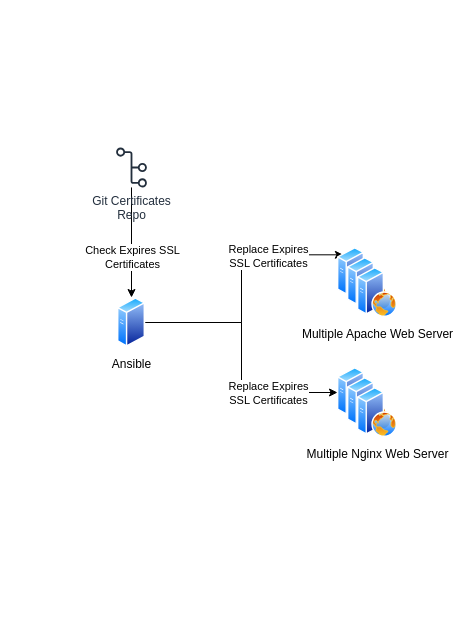
omarinux/renewcerts keeps this draw.io diagram as ansible_certs.drawio. Above is the earlier version. Source tidied: cells renumbered, new cells numbered last; positions are measured from the earlier drawing's top-left corner, leaving out a move shared by most shapes. Both pictures are drawn from the tidied source at 100%, with x=0, y=0 at pixel (116, 147). Pictures stored in the file or linked from it are replaced by grey dashed boxes.
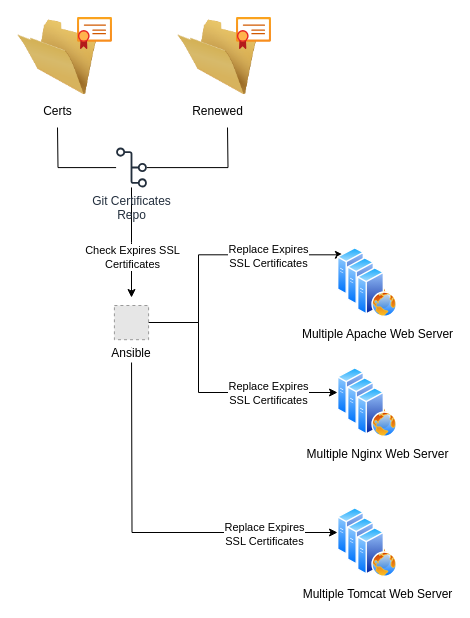
The same page after the edit.

The change refers to these unchanged cells:
```xml
<mxCell id="7" style="image;perimeter=ellipsePerimeter;html=1;align=center;shadow=0;dashed=0;spacingTop=3;image=img/lib/active_directory/web_server.svg;" parent="1" vertex="1">
  <mxGeometry x="221" y="100" width="40" height="50" as="geometry" />
</mxCell>
<mxCell id="8" style="image;perimeter=ellipsePerimeter;html=1;align=center;shadow=0;dashed=0;spacingTop=3;image=img/lib/active_directory/web_server.svg;" parent="1" vertex="1">
  <mxGeometry x="221" y="220" width="40" height="50" as="geometry" />
</mxCell>
```

What changed in the source:
```diff
@@
+    <mxCell id="9" style="edgeStyle=orthogonalEdgeStyle;rounded=0;jettySize=auto;html=1;" parent="1" edge="1" source="11">
+      <mxGeometry relative="1" as="geometry">
+        <mxPoint x="15" y="150" as="targetPoint" />
+      </mxGeometry>
+    </mxCell>
+    <mxCell id="10" value="Check Expires SSL&lt;br&gt;Certificates" style="edgeLabel;html=1;align=center;verticalAlign=middle;" parent="9" vertex="1">
+      <mxGeometry x="-0.04" relative="1" as="geometry">
+        <mxPoint y="17" as="offset" />
+      </mxGeometry>
+    </mxCell>
-    <mxCell id="2" style="edgeStyle=orthogonalEdgeStyle;rounded=0;jettySize=auto;html=1;entryX=0;entryY=0;entryDx=0;entryDy=0;" parent="1" edge="1" source="6" target="7">
-      <mxGeometry relative="1" as="geometry" />
+    <mxCell id="2" style="edgeStyle=orthogonalEdgeStyle;rounded=0;jettySize=auto;html=1;entryX=0;entryY=0;entryDx=0;entryDy=0;" parent="1" edge="1" target="7">
+      <mxGeometry relative="1" as="geometry">
+        <mxPoint x="29" y="175" as="sourcePoint" />
+        <Array as="points">
+          <mxPoint x="82" y="175" />
+          <mxPoint x="82" y="107" />
+        </Array>
+      </mxGeometry>
     </mxCell>
@@
-    <mxCell id="4" style="edgeStyle=orthogonalEdgeStyle;rounded=0;jettySize=auto;html=1;entryX=0;entryY=0.5;entryDx=0;entryDy=0;" parent="1" edge="1" source="6" target="8">
-      <mxGeometry relative="1" as="geometry" />
+    <mxCell id="4" style="edgeStyle=orthogonalEdgeStyle;rounded=0;jettySize=auto;html=1;entryX=0;entryY=0.5;entryDx=0;entryDy=0;" parent="1" edge="1" target="8">
+      <mxGeometry relative="1" as="geometry">
+        <mxPoint x="29" y="175" as="sourcePoint" />
+        <Array as="points">
+          <mxPoint x="82" y="175" />
+          <mxPoint x="82" y="245" />
+        </Array>
+      </mxGeometry>
     </mxCell>
@@
-    <mxCell id="6" value="Ansible" style="image;perimeter=ellipsePerimeter;html=1;align=center;shadow=0;dashed=0;spacingTop=3;image=img/lib/active_directory/generic_server.svg;" parent="1" vertex="1">
-      <mxGeometry x="1" y="150" width="28" height="50" as="geometry" />
-    </mxCell>
@@
-    <mxCell id="9" style="edgeStyle=orthogonalEdgeStyle;rounded=0;jettySize=auto;html=1;" parent="1" edge="1" source="11" target="6">
-      <mxGeometry relative="1" as="geometry" />
-    </mxCell>
-    <mxCell id="10" value="Check Expires SSL&lt;br&gt;Certificates" style="edgeLabel;html=1;align=center;verticalAlign=middle;" parent="9" vertex="1">
-      <mxGeometry x="-0.04" relative="1" as="geometry">
-        <mxPoint y="17" as="offset" />
-      </mxGeometry>
-    </mxCell>
-    <mxCell id="11" value="Git Certificates&lt;br&gt;Repo" style="sketch=0;outlineConnect=0;fontColor=#232F3E;gradientColor=none;fillColor=#232F3D;strokeColor=none;dashed=0;verticalLabelPosition=bottom;verticalAlign=top;align=center;html=1;fontSize=12;fontStyle=0;shape=mxgraph.aws4.git_repository;" parent="1" vertex="1">
-      <mxGeometry x="-0.4" width="30.8" height="40" as="geometry" />
-    </mxCell>
+    <mxCell id="16" style="edgeStyle=orthogonalEdgeStyle;rounded=0;jettySize=auto;html=1;endArrow=none;endFill=0;" parent="1" edge="1" source="11">
+      <mxGeometry relative="1" as="geometry">
+        <mxPoint x="-59" y="-20" as="targetPoint" />
+      </mxGeometry>
+    </mxCell>
+    <mxCell id="17" style="edgeStyle=orthogonalEdgeStyle;rounded=0;jettySize=auto;html=1;endArrow=none;endFill=0;" parent="1" edge="1" source="11">
+      <mxGeometry relative="1" as="geometry">
+        <mxPoint x="111" y="-20" as="targetPoint" />
+      </mxGeometry>
+    </mxCell>
@@
+    <mxCell id="18" style="edgeStyle=orthogonalEdgeStyle;rounded=0;jettySize=auto;html=1;endArrow=none;endFill=0;startArrow=classic;startFill=1;" parent="1" edge="1" source="20">
+      <mxGeometry relative="1" as="geometry">
+        <mxPoint x="15" y="200" as="targetPoint" />
+      </mxGeometry>
+    </mxCell>
+    <mxCell id="19" value="Replace Expires&lt;br style=&quot;border-color: var(--border-color);&quot;&gt;SSL Certificates" style="edgeLabel;html=1;align=center;verticalAlign=middle;" parent="18" vertex="1">
+      <mxGeometry x="-0.62" y="1" relative="1" as="geometry" />
+    </mxCell>
+    <mxCell id="20" style="image;perimeter=ellipsePerimeter;html=1;align=center;shadow=0;dashed=0;spacingTop=3;image=img/lib/active_directory/web_server.svg;" parent="1" vertex="1">
+      <mxGeometry x="221" y="360" width="40" height="50" as="geometry" />
+    </mxCell>
+    <mxCell id="21" style="image;perimeter=ellipsePerimeter;html=1;align=center;shadow=0;dashed=0;spacingTop=3;image=img/lib/active_directory/web_server.svg;" parent="1" vertex="1">
+      <mxGeometry x="231" y="370" width="40" height="50" as="geometry" />
+    </mxCell>
+    <mxCell id="22" value="Multiple Tomcat Web Server" style="image;perimeter=ellipsePerimeter;html=1;align=center;shadow=0;dashed=0;spacingTop=3;image=img/lib/active_directory/web_server.svg;" parent="1" vertex="1">
+      <mxGeometry x="241" y="380" width="40" height="50" as="geometry" />
+    </mxCell>
+    <mxCell id="23" value="Certs" style="image;html=1;image=img/lib/clip_art/general/Empty_Folder_128x128.png;" parent="1" vertex="1">
+      <mxGeometry x="-99" y="-130" width="80" height="80" as="geometry" />
+    </mxCell>
+    <mxCell id="24" value="Renewed" style="image;html=1;image=img/lib/clip_art/general/Empty_Folder_128x128.png;" parent="1" vertex="1">
+      <mxGeometry x="61" y="-130" width="80" height="80" as="geometry" />
+    </mxCell>
+    <mxCell id="11" value="Git Certificates&lt;br&gt;Repo" style="sketch=0;outlineConnect=0;fontColor=#232F3E;gradientColor=none;fillColor=#232F3D;strokeColor=none;dashed=0;verticalLabelPosition=bottom;verticalAlign=top;align=center;html=1;fontSize=12;fontStyle=0;shape=mxgraph.aws4.git_repository;" parent="1" vertex="1">
+      <mxGeometry x="-0.4" width="30.8" height="40" as="geometry" />
+    </mxCell>
+    <mxCell id="25" style="image;html=1;align=center;fontSize=12;image=img/lib/azure2/app_services/App_Service_Certificates.svg;" parent="1" vertex="1">
+      <mxGeometry x="120" y="-130" width="35" height="32" as="geometry" />
+    </mxCell>
+    <mxCell id="26" style="image;html=1;align=center;fontSize=12;image=img/lib/azure2/app_services/App_Service_Certificates.svg;" parent="1" vertex="1">
+      <mxGeometry x="-39" y="-130" width="35" height="32" as="geometry" />
+    </mxCell>
+    <mxCell id="6" value="Ansible" style="fillColor=#E6E6E6;strokeColor=#999999;dashed=1;verticalLabelPosition=bottom;labelBackgroundColor=default;verticalAlign=top;" parent="1" vertex="1">
+      <mxGeometry x="-2.1" y="158" width="34.2" height="34.2" as="geometry" />
+    </mxCell>
```
